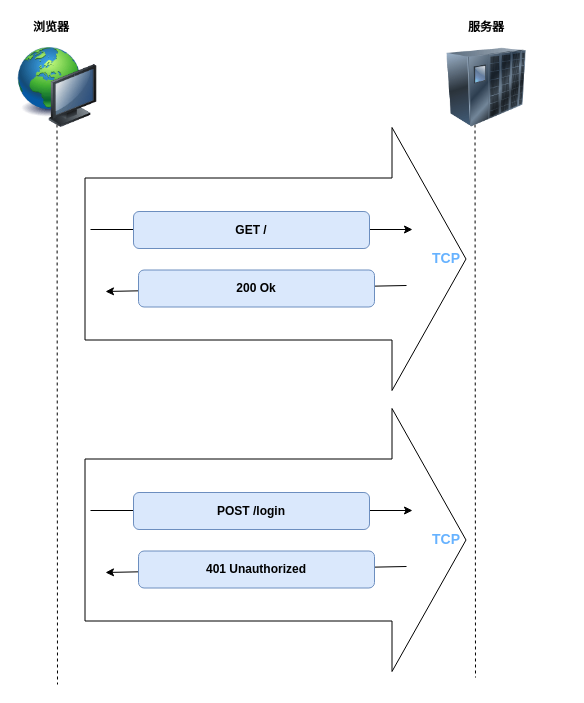
Before: page "http" (2 of 7) of source/_drawio/sockjs.drawio in ivan-94/bobi.ink, a draw.io diagram. Source tidied: cells renumbered, new cells numbered last; positions are measured from the earlier drawing's top-left corner, leaving out a move shared by most shapes. Both pictures are drawn from the tidied source at 100%, with x=0, y=0 at pixel (17, 17).
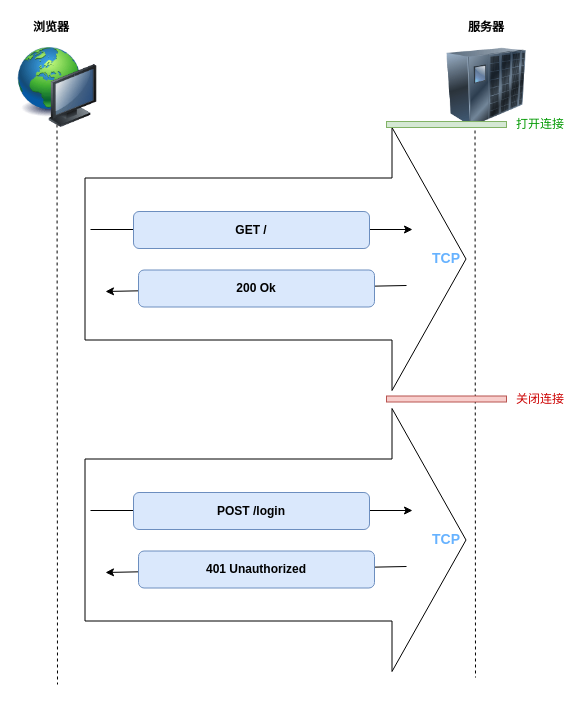
The same page after the edit.

The edit, as a diff of the source:
```diff
@@
+    <mxCell id="20" style="rounded=0;whiteSpace=wrap;html=1;align=left;fillColor=#d5e8d4;strokeColor=#82b366;" parent="1" vertex="1">
+      <mxGeometry x="369" y="104" width="120" height="6" as="geometry" />
+    </mxCell>
+    <mxCell id="21" value="&lt;font color=&quot;#009900&quot;&gt;打开连接&lt;/font&gt;" style="text;html=1;strokeColor=none;fillColor=none;align=center;verticalAlign=middle;whiteSpace=wrap;rounded=0;" parent="1" vertex="1">
+      <mxGeometry x="496" y="97" width="54" height="20" as="geometry" />
+    </mxCell>
+    <mxCell id="22" style="rounded=0;whiteSpace=wrap;html=1;align=left;fillColor=#f8cecc;strokeColor=#b85450;" parent="1" vertex="1">
+      <mxGeometry x="369" y="378.5" width="120" height="6" as="geometry" />
+    </mxCell>
+    <mxCell id="23" value="&lt;font color=&quot;#cc0000&quot;&gt;关闭连接&lt;/font&gt;" style="text;html=1;strokeColor=none;fillColor=none;align=center;verticalAlign=middle;whiteSpace=wrap;rounded=0;" parent="1" vertex="1">
+      <mxGeometry x="496" y="371.5" width="54" height="20" as="geometry" />
+    </mxCell>
```
